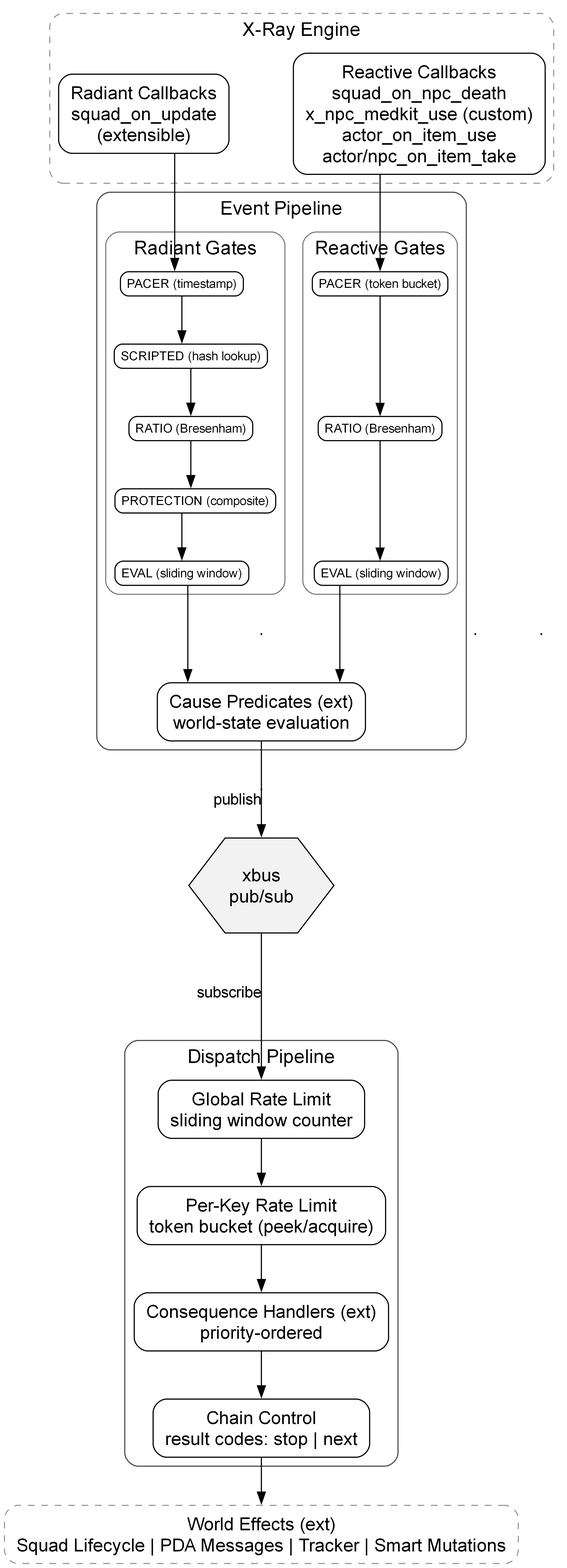
This is doc/img/system-overview.png from damiansirbu-stalker/AlifePlus, a Graphviz export, as it was before one commit. Its source is kept beside it as doc/img/system-overview.dot. Source of this version:
```dot
digraph system_overview {
    rankdir=TB
    splines=ortho
    compound=true
    newrank=true
    nodesep=0.8
    ranksep=0.6

    node [shape=box, style="rounded,filled", fillcolor=white,
          fontsize=16, fontname="Arial", margin="0.15,0.1"]
    edge [fontsize=14, fontname="Arial"]
    graph [fontsize=17, fontname="Arial"]

    subgraph cluster_xray {
        label="X-Ray Engine"
        style="rounded,dashed"
        color=gray60

        radiant [label="Radiant Callbacks\nsquad_on_update\n(extensible)"]
        reactive [label="Reactive Callbacks\nsquad_on_npc_death\nx_npc_medkit_use (custom)\nactor_on_item_use\nactor/npc_on_item_take"]
    }

    subgraph cluster_event {
        label="Event Pipeline"
        style=rounded
        color=gray30

        node [fontsize=11, margin="0.08,0.04", height=0.3, width=1.0]

        subgraph cluster_radiant {
            label="Radiant Gates"
            style=rounded
            color=gray50

            rg1 [label="PACER (timestamp)"]
            rg2 [label="SCRIPTED (hash lookup)"]
            rg3 [label="RATIO (Bresenham)"]
            rg4 [label="PROTECTION (composite)"]
            rg5 [label="EVAL (sliding window)"]

            rg1 -> rg2
            rg2 -> rg3
            rg3 -> rg4
            rg4 -> rg5
        }

        subgraph cluster_reactive {
            label="Reactive Gates"
            style=rounded
            color=gray50

            xg1 [label="PACER (token bucket)"]
            xg2 [label="RATIO (Bresenham)"]
            xg3 [label="EVAL (sliding window)"]

            xg1 -> xg2
            xg2 -> xg3
        }

        gate_center [shape=point, width=0, height=0]

        node [fontsize=16, margin="0.15,0.1", height=0, width=0]
        predicate [label="Cause Predicates (ext)\nworld-state evaluation"]
    }

    {rank=same; rg1; xg1}
    {rank=same; rg3; xg2}
    {rank=same; rg5; xg3}
    radiant_invis [shape=point, width=0, height=0]
    reactive_invis [shape=point, width=0, height=0]
    {rank=same; radiant_invis; gate_center; reactive_invis}
    rg5 -> radiant_invis [style=invis]
    xg3 -> reactive_invis [style=invis]
    radiant_invis -> gate_center [style=invis]
    gate_center -> reactive_invis [style=invis]

    pre_bus [shape=point, width=0, height=0]

    bus [shape=hexagon, label="xbus\npub/sub", style=filled, fillcolor=gray95]

    subgraph cluster_dispatch {
        label="Dispatch Pipeline"
        style=rounded
        color=gray30
        node [fontsize=16, margin="0.15,0.1", height=0, width=0]

        global_rate [label="Global Rate Limit\nsliding window counter"]
        per_rate [label="Per-Key Rate Limit\ntoken bucket (peek/acquire)"]
        handlers [label="Consequence Handlers (ext)\npriority-ordered"]
        chain [label="Chain Control\nresult codes: stop | next"]

        global_rate -> per_rate
        per_rate -> handlers
        handlers -> chain
    }

    effects [label="World Effects (ext)\nSquad Lifecycle | PDA Messages | Tracker | Smart Mutations",
             style="rounded,dashed", color=gray60]

    radiant -> rg1
    reactive -> xg1
    gate_center -> predicate [style=invis, weight=100]
    rg5 -> predicate
    xg3 -> predicate
    predicate -> pre_bus [arrowhead=none]
    pre_bus -> bus [xlabel="publish"]
    bus -> global_rate [xlabel="subscribe", minlen=3]
    chain -> effects
}
```
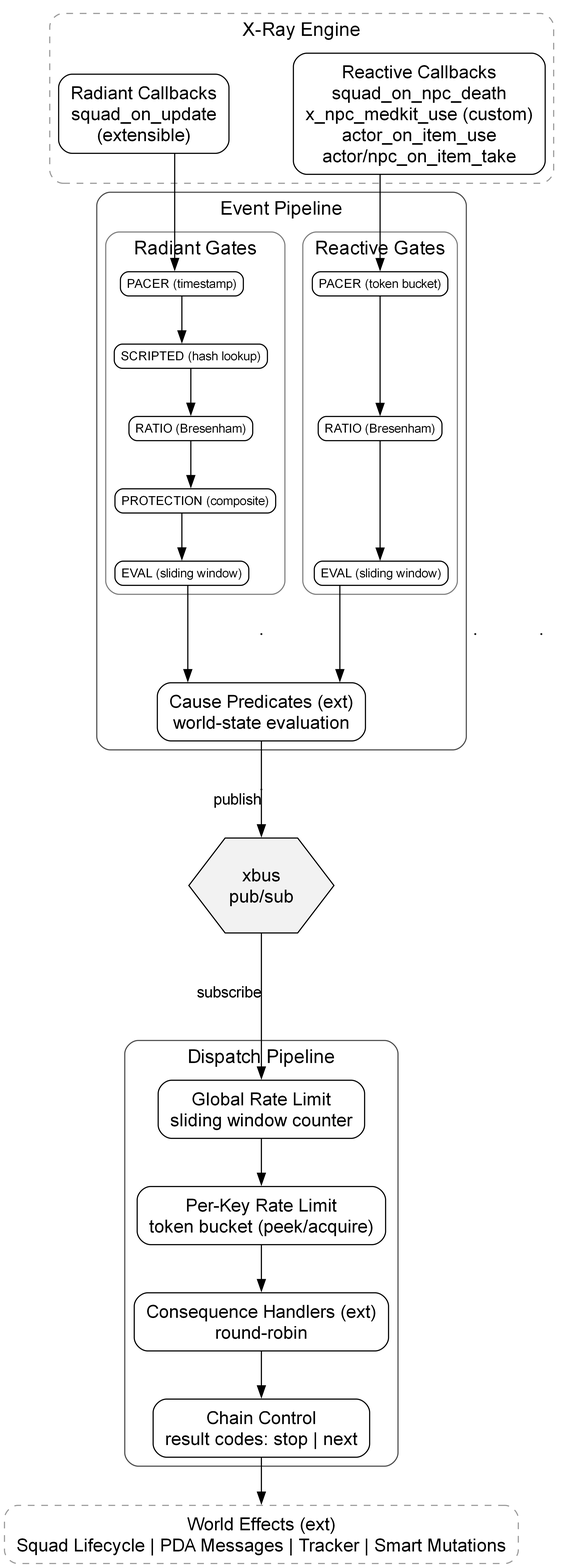
After the commit.

What changed in the source:
```diff
@@ -86,7 +86,7 @@
 
         global_rate [label="Global Rate Limit\nsliding window counter"]
         per_rate [label="Per-Key Rate Limit\ntoken bucket (peek/acquire)"]
-        handlers [label="Consequence Handlers (ext)\npriority-ordered"]
+        handlers [label="Consequence Handlers (ext)\nround-robin"]
         chain [label="Chain Control\nresult codes: stop | next"]
 
         global_rate -> per_rate
```
